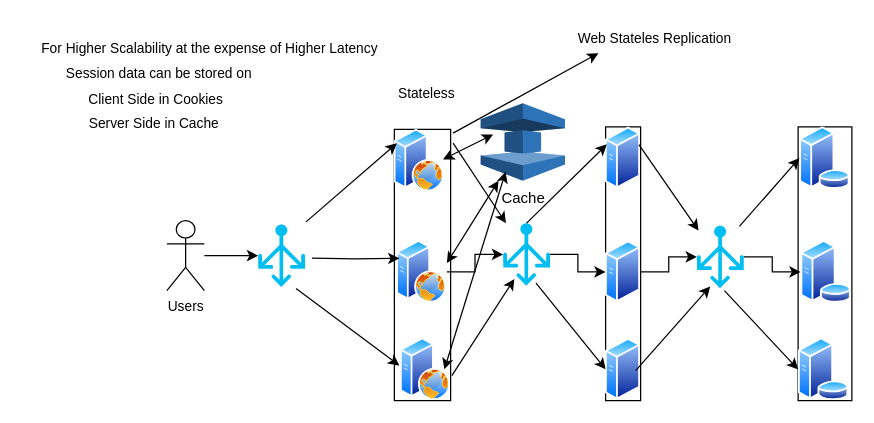
This is Web_Stateless_Replication.drawio from dev-resources-millenium/ReferencesForEnterpriseApps, a draw.io file, before an edit. Source tidied: cells renumbered, new cells numbered last; positions are measured from the earlier drawing's top-left corner, leaving out a move shared by most shapes. Both pictures are drawn from the tidied source at 125%, with x=0, y=0 at pixel (21, 21).
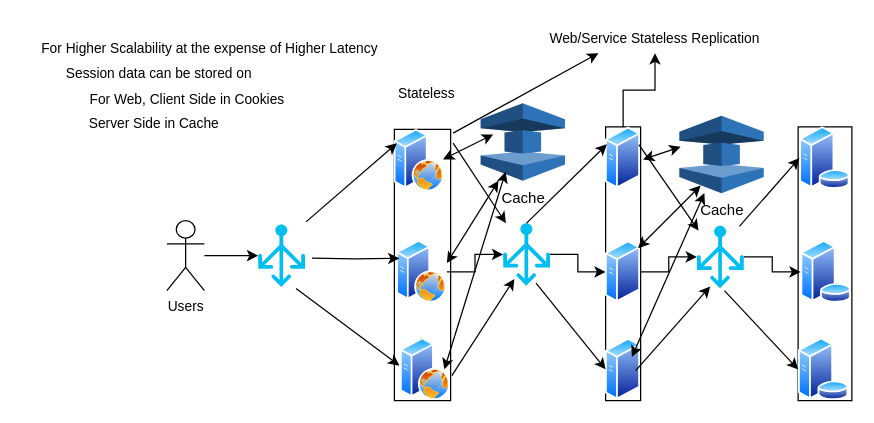
Above is the later version.

Unchanged cells that the change refers to:
```xml
<mxCell id="9" style="image;perimeter=ellipsePerimeter;html=1;align=center;shadow=0;dashed=0;spacingTop=3;image=img/lib/active_directory/generic_server.svg;" parent="6" vertex="1">
  <mxGeometry width="28" height="50" as="geometry" />
</mxCell>
```

Change to the diagram source:
```diff
@@
-    <mxCell id="14" value="Web Stateles Replication" style="text;html=1;strokeColor=none;fillColor=none;align=center;verticalAlign=middle;whiteSpace=wrap;rounded=0;fontSize=11;fontFamily=Helvetica;fontColor=default;" parent="1" vertex="1">
+    <mxCell id="14" value="Web/Service Stateless Replication" style="text;html=1;strokeColor=none;fillColor=none;align=center;verticalAlign=middle;whiteSpace=wrap;rounded=0;fontSize=11;fontFamily=Helvetica;fontColor=default;" parent="1" vertex="1">
       <mxGeometry x="416" width="181" height="25" as="geometry" />
     </mxCell>
@@
-    <mxCell id="38" value="Client Side in Cookies" style="text;html=1;strokeColor=none;fillColor=none;align=center;verticalAlign=middle;whiteSpace=wrap;rounded=0;fontSize=11;fontFamily=Helvetica;fontColor=default;" parent="1" vertex="1">
-      <mxGeometry x="15" y="47" width="185" height="30" as="geometry" />
+    <mxCell id="38" value="For Web, Client Side in Cookies" style="text;html=1;strokeColor=none;fillColor=none;align=center;verticalAlign=middle;whiteSpace=wrap;rounded=0;fontSize=11;fontFamily=Helvetica;fontColor=default;" parent="1" vertex="1">
+      <mxGeometry x="40" y="47" width="185" height="30" as="geometry" />
     </mxCell>
@@
+    <mxCell id="45" value="Cache" style="outlineConnect=0;dashed=0;verticalLabelPosition=bottom;verticalAlign=top;align=center;html=1;shape=mxgraph.aws3.elasticache;fillColor=#2E73B8;gradientColor=none;" parent="1" vertex="1">
+      <mxGeometry x="526" y="75" width="67.5" height="62" as="geometry" />
+    </mxCell>
+    <mxCell id="46" style="endArrow=classic;startArrow=classic;html=1;rounded=0;" parent="1" edge="1">
+      <mxGeometry relative="1" as="geometry">
+        <mxPoint x="497" y="110" as="sourcePoint" />
+        <mxPoint x="527" y="100" as="targetPoint" />
+      </mxGeometry>
+    </mxCell>
+    <mxCell id="47" style="endArrow=classic;startArrow=classic;html=1;rounded=0;" parent="1" edge="1">
+      <mxGeometry relative="1" as="geometry">
+        <mxPoint x="493" y="181" as="sourcePoint" />
+        <mxPoint x="543" y="131" as="targetPoint" />
+      </mxGeometry>
+    </mxCell>
+    <mxCell id="48" style="endArrow=classic;startArrow=classic;html=1;rounded=0;" parent="1" edge="1" target="45">
+      <mxGeometry relative="1" as="geometry">
+        <mxPoint x="488" y="268" as="sourcePoint" />
+      </mxGeometry>
+    </mxCell>
+    <mxCell id="49" style="edgeStyle=orthogonalEdgeStyle;rounded=0;jettySize=auto;html=1;" parent="1" edge="1" source="9" target="14">
+      <mxGeometry relative="1" as="geometry" />
+    </mxCell>
```
